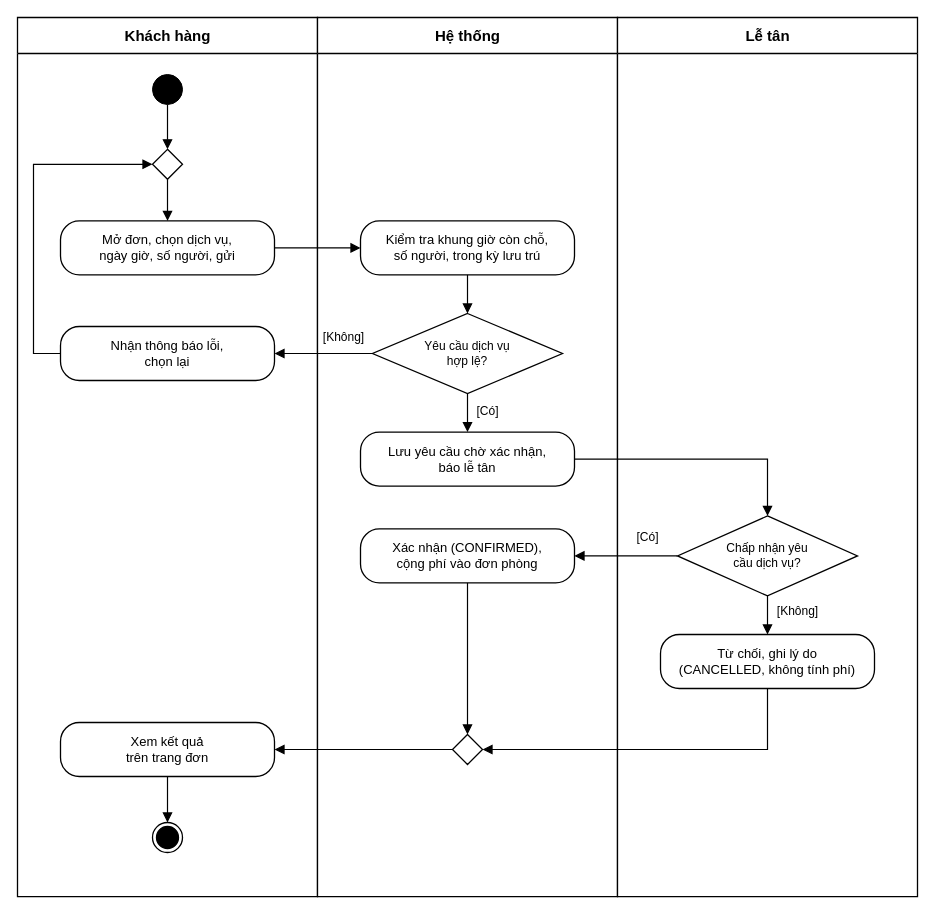
Above: docs/thiet-ke/hd-dat-dich-vu.drawio in ngynquchn2511/beach-hotel (draw.io), before the change. Source tidied: cells renumbered, new cells numbered last; positions are measured from the earlier drawing's top-left corner, leaving out a move shared by most shapes. Both pictures are drawn from the tidied source at 100%, with x=0, y=0 at pixel (17, 17).
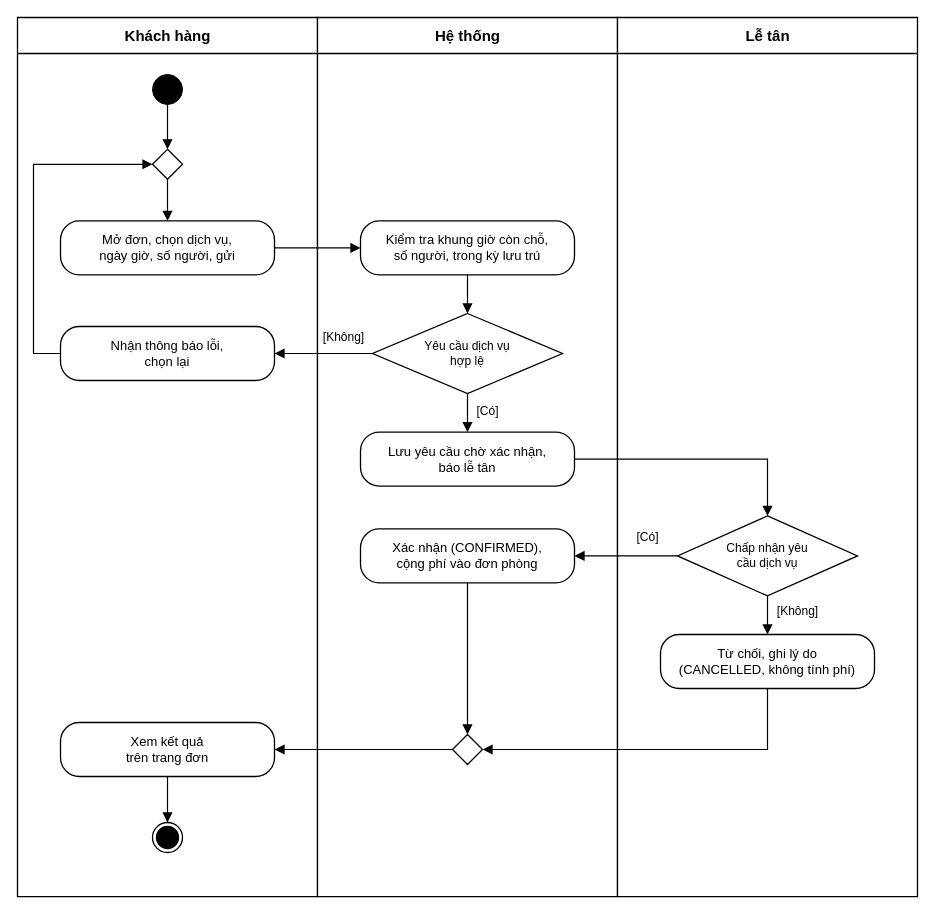
After the change.

Diff of the diagram source:
```diff
@@
-    <mxCell id="9" value="Yêu cầu dịch vụ&lt;br&gt;hợp lệ?" style="fontFamily=Arial;fontColor=#000000;rhombus;whiteSpace=wrap;html=1;fillColor=#FFFFFF;strokeColor=#000000;strokeWidth=1.3;fontSize=12;" parent="1" vertex="1">
+    <mxCell id="9" value="Yêu cầu dịch vụ&lt;br&gt;hợp lệ" style="fontFamily=Arial;fontColor=#000000;rhombus;whiteSpace=wrap;html=1;fillColor=#FFFFFF;strokeColor=#000000;strokeWidth=1.3;fontSize=12;" parent="1" vertex="1">
       <mxGeometry x="355" y="296" width="190" height="80" as="geometry" />
     </mxCell>
@@
-    <mxCell id="12" value="Chấp nhận yêu&lt;br&gt;cầu dịch vụ?" style="fontFamily=Arial;fontColor=#000000;rhombus;whiteSpace=wrap;html=1;fillColor=#FFFFFF;strokeColor=#000000;strokeWidth=1.3;fontSize=12;" parent="1" vertex="1">
+    <mxCell id="12" value="Chấp nhận yêu&lt;br&gt;cầu dịch vụ" style="fontFamily=Arial;fontColor=#000000;rhombus;whiteSpace=wrap;html=1;fillColor=#FFFFFF;strokeColor=#000000;strokeWidth=1.3;fontSize=12;" parent="1" vertex="1">
       <mxGeometry x="660" y="498.4" width="180" height="80" as="geometry" />
     </mxCell>
```
